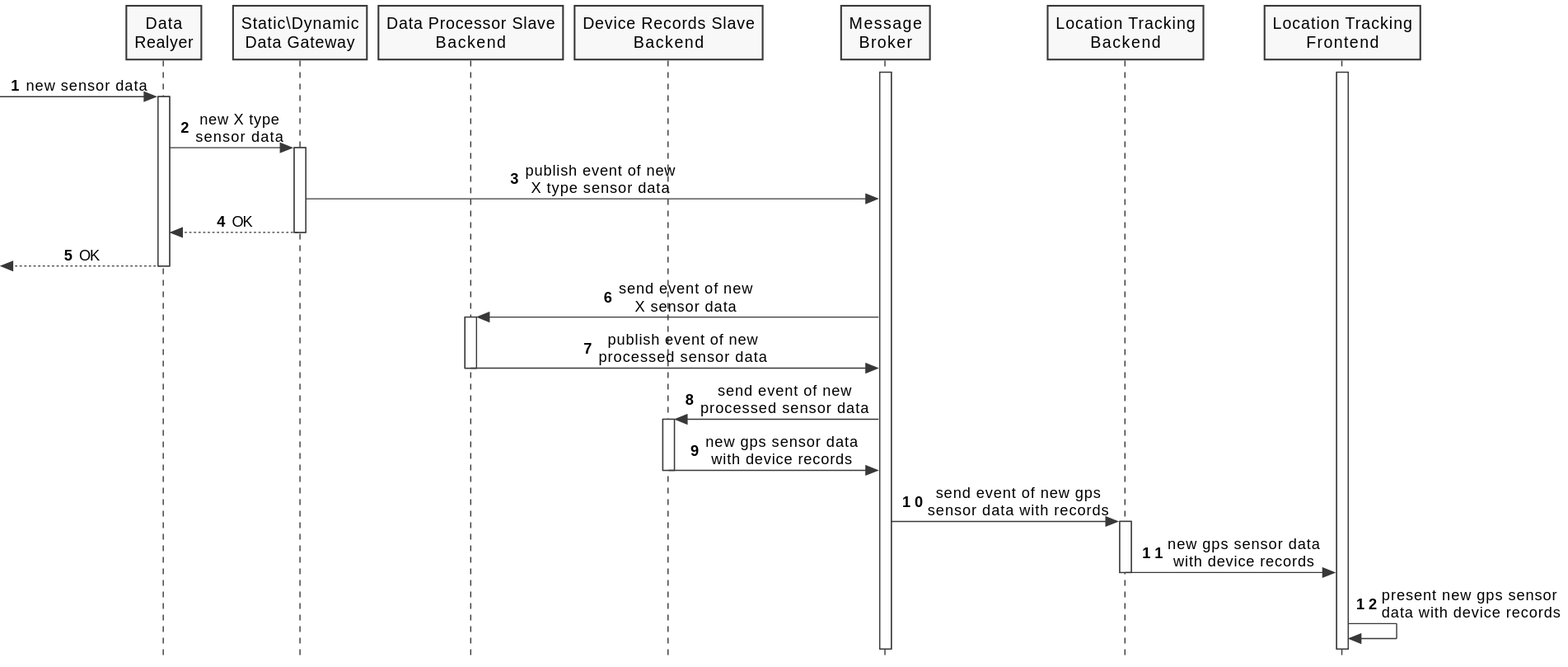
This is docs/diagrams/process-view-level2-uc01.svg from FilipeMCruz/sensae-console, a PlantUML export, as it was before one commit.
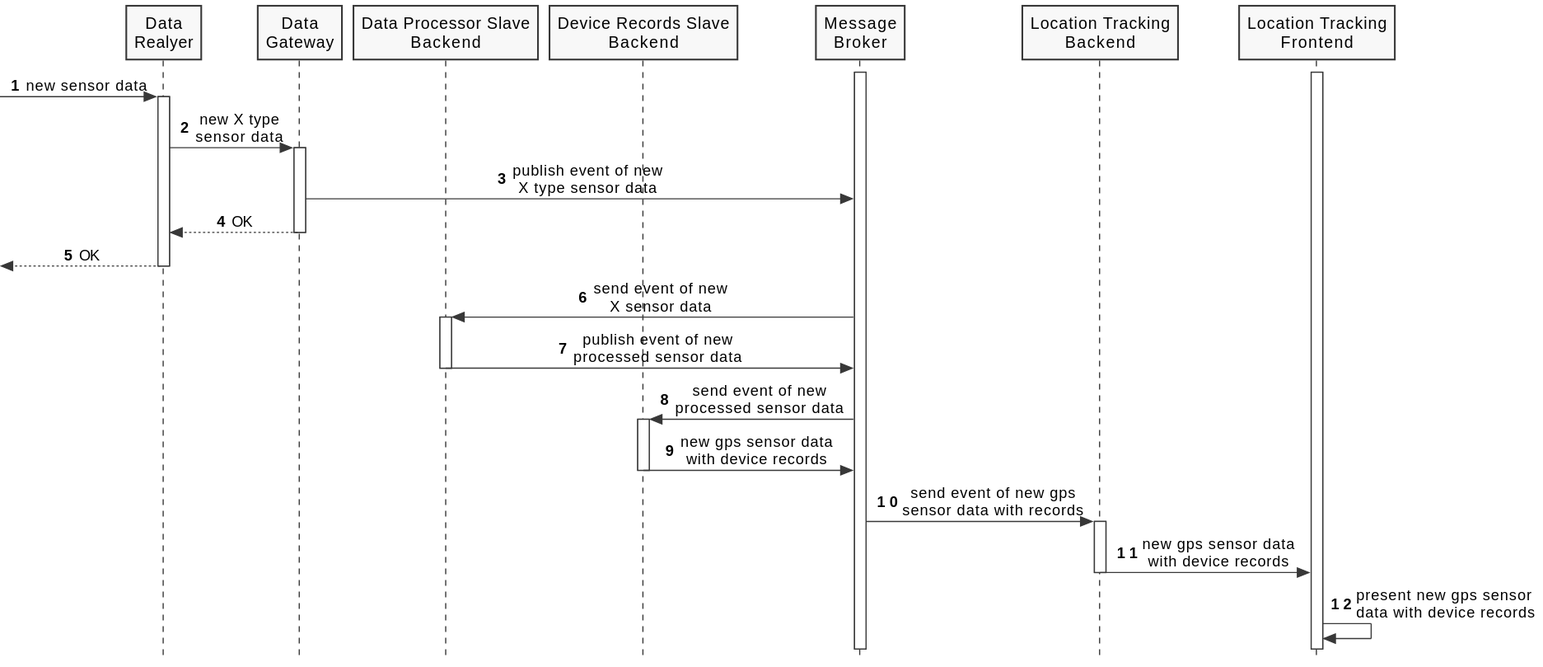
Later version of the same file.

What changed in the source:
```diff
@@ -8,7 +8,7 @@
 autonumber 1
 
 participant "Data\nRealyer" as DG
-participant "Static\Dynamic\nData Gateway" as SDDG
+participant "Data\nGateway" as SDDG
 participant "Data Processor Slave\nBackend" as DPSB
 participant "Device Records Slave\nBackend" as DRSB
 participant "Message\nBroker" as MB
```
